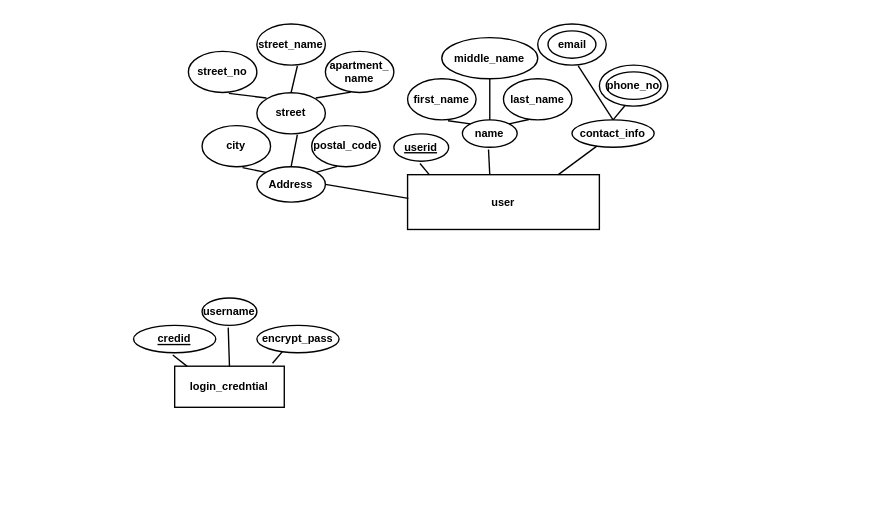
Earlier version of the draw.io diagram mid term we diagram.drawio (Skippersquareroot100/Advvance-Database). Source tidied: cells renumbered, new cells numbered last; positions are measured from the earlier drawing's top-left corner, leaving out a move shared by most shapes. Both pictures are drawn from the tidied source at 137%, with x=0, y=0 at pixel (133, 23).
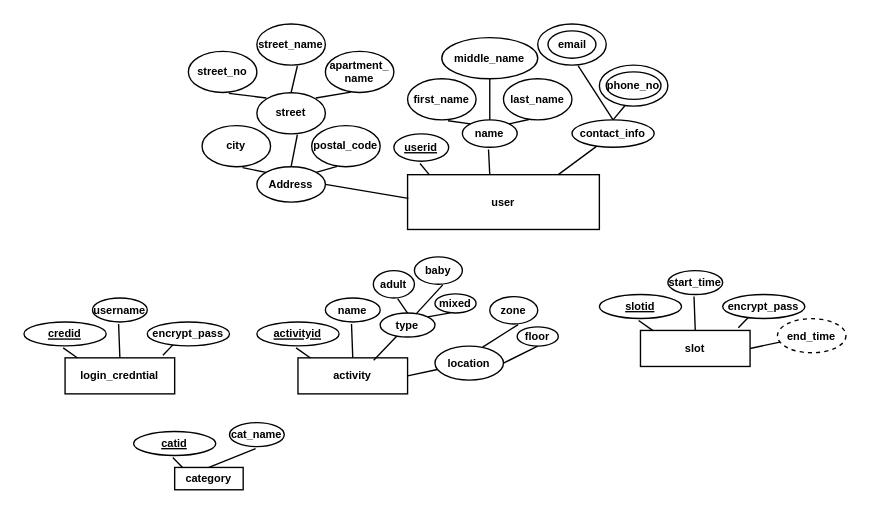
The same page after the edit.

Diff of the diagram source:
```diff
@@
     <mxCell id="38" style="group;" parent="1" vertex="1">
-      <mxGeometry y="200" width="150" height="79.8" as="geometry" />
+      <mxGeometry y="280" width="150" height="70" as="geometry" />
     </mxCell>
-    <mxCell id="39" value="login_credntial" style="rounded=0;whiteSpace=wrap;html=1;fontSize=8;fontStyle=1;" parent="38" vertex="1">
-      <mxGeometry x="30" y="49.8" width="80" height="30" as="geometry" />
+    <mxCell id="39" value="category" style="rounded=0;whiteSpace=wrap;html=1;fontSize=8;fontStyle=1;" parent="38" vertex="1">
+      <mxGeometry x="30" y="43.7" width="50" height="16.3" as="geometry" />
     </mxCell>
@@
-    <mxCell id="41" value="&lt;font&gt;&lt;u&gt;credid&lt;/u&gt;&lt;/font&gt;" style="ellipse;whiteSpace=wrap;html=1;fontSize=8;fontStyle=1;" parent="38" vertex="1">
-      <mxGeometry y="20" width="60" height="20" as="geometry" />
+    <mxCell id="41" value="&lt;font&gt;&lt;u&gt;catid&lt;/u&gt;&lt;/font&gt;" style="ellipse;whiteSpace=wrap;html=1;fontSize=8;fontStyle=1;" parent="38" vertex="1">
+      <mxGeometry y="17.5" width="60" height="17.5" as="geometry" />
     </mxCell>
@@
-    <mxCell id="43" value="username" style="ellipse;whiteSpace=wrap;html=1;fontSize=8;fontStyle=1;" parent="38" vertex="1">
-      <mxGeometry x="50" width="40" height="20" as="geometry" />
+    <mxCell id="43" value="cat_name" style="ellipse;whiteSpace=wrap;html=1;fontSize=8;fontStyle=1;" parent="38" vertex="1">
+      <mxGeometry x="70" y="11" width="40" height="17.5" as="geometry" />
     </mxCell>
-    <mxCell id="44" style="endArrow=none;html=1;rounded=0;entryX=0.323;entryY=0.914;entryDx=0;entryDy=0;entryPerimeter=0;fontSize=8;fontStyle=1;exitX=0.893;exitY=-0.073;exitDx=0;exitDy=0;exitPerimeter=0;" parent="38" edge="1" source="39" target="45">
-      <mxGeometry relative="1" as="geometry" />
-    </mxCell>
-    <mxCell id="45" value="encrypt_pass" style="ellipse;whiteSpace=wrap;html=1;fontSize=8;fontStyle=1;" parent="38" vertex="1">
-      <mxGeometry x="90" y="20" width="60" height="20" as="geometry" />
-    </mxCell>
+    <mxCell id="46" style="group;" parent="1" vertex="1">
+      <mxGeometry x="340" y="180" width="180" height="70" as="geometry" />
+    </mxCell>
+    <mxCell id="47" value="slot" style="rounded=0;whiteSpace=wrap;html=1;fontSize=8;fontStyle=1;" parent="46" vertex="1">
+      <mxGeometry x="30" y="43.7" width="80" height="26.3" as="geometry" />
+    </mxCell>
+    <mxCell id="48" style="endArrow=none;html=1;rounded=0;exitX=0.114;exitY=0.004;exitDx=0;exitDy=0;exitPerimeter=0;entryX=0.477;entryY=1.082;entryDx=0;entryDy=0;entryPerimeter=0;fontSize=8;fontStyle=1;" parent="46" edge="1" source="47" target="49">
+      <mxGeometry relative="1" as="geometry" />
+    </mxCell>
+    <mxCell id="49" value="&lt;font&gt;&lt;u&gt;slotid&lt;/u&gt;&lt;/font&gt;" style="ellipse;whiteSpace=wrap;html=1;fontSize=8;fontStyle=1;" parent="46" vertex="1">
+      <mxGeometry y="17.5" width="60" height="17.5" as="geometry" />
+    </mxCell>
+    <mxCell id="50" style="endArrow=none;html=1;rounded=0;exitX=0.5;exitY=0;exitDx=0;exitDy=0;entryX=0.477;entryY=1.082;entryDx=0;entryDy=0;entryPerimeter=0;fontSize=8;fontStyle=1;" parent="46" edge="1" source="47" target="51">
+      <mxGeometry relative="1" as="geometry" />
+    </mxCell>
+    <mxCell id="51" value="start_time" style="ellipse;whiteSpace=wrap;html=1;fontSize=8;fontStyle=1;" parent="46" vertex="1">
+      <mxGeometry x="50" width="40" height="17.5" as="geometry" />
+    </mxCell>
+    <mxCell id="52" style="endArrow=none;html=1;rounded=0;entryX=0.323;entryY=0.914;entryDx=0;entryDy=0;entryPerimeter=0;fontSize=8;fontStyle=1;exitX=0.893;exitY=-0.073;exitDx=0;exitDy=0;exitPerimeter=0;" parent="46" edge="1" source="47" target="53">
+      <mxGeometry relative="1" as="geometry" />
+    </mxCell>
+    <mxCell id="53" value="encrypt_pass" style="ellipse;whiteSpace=wrap;html=1;fontSize=8;fontStyle=1;" parent="46" vertex="1">
+      <mxGeometry x="90" y="17.5" width="60" height="17.5" as="geometry" />
+    </mxCell>
+    <mxCell id="54" style="endArrow=none;html=1;rounded=0;exitX=1;exitY=0.5;exitDx=0;exitDy=0;fontSize=8;fontStyle=1;" parent="46" edge="1" source="47" target="55">
+      <mxGeometry relative="1" as="geometry" />
+    </mxCell>
+    <mxCell id="55" value="end_time" style="ellipse;whiteSpace=wrap;html=1;fontSize=8;fontStyle=1;dashed=1;" parent="46" vertex="1">
+      <mxGeometry x="130" y="35.1" width="50" height="24.9" as="geometry" />
+    </mxCell>
+    <mxCell id="56" style="group;" parent="1" vertex="1">
+      <mxGeometry x="90" y="170" width="220" height="100" as="geometry" />
+    </mxCell>
+    <mxCell id="57" style="group;" parent="56" vertex="1">
+      <mxGeometry y="30" width="180" height="70" as="geometry" />
+    </mxCell>
+    <mxCell id="58" value="activity" style="rounded=0;whiteSpace=wrap;html=1;fontSize=8;fontStyle=1;" parent="57" vertex="1">
+      <mxGeometry x="30" y="43.7" width="80" height="26.3" as="geometry" />
+    </mxCell>
+    <mxCell id="59" style="endArrow=none;html=1;rounded=0;exitX=0.114;exitY=0.004;exitDx=0;exitDy=0;exitPerimeter=0;entryX=0.477;entryY=1.082;entryDx=0;entryDy=0;entryPerimeter=0;fontSize=8;fontStyle=1;" parent="57" edge="1" source="58" target="60">
+      <mxGeometry relative="1" as="geometry" />
+    </mxCell>
+    <mxCell id="60" value="&lt;font&gt;&lt;u&gt;activityid&lt;/u&gt;&lt;/font&gt;" style="ellipse;whiteSpace=wrap;html=1;fontSize=8;fontStyle=1;" parent="57" vertex="1">
+      <mxGeometry y="17.5" width="60" height="17.5" as="geometry" />
+    </mxCell>
+    <mxCell id="61" style="endArrow=none;html=1;rounded=0;exitX=0.5;exitY=0;exitDx=0;exitDy=0;entryX=0.477;entryY=1.082;entryDx=0;entryDy=0;entryPerimeter=0;fontSize=8;fontStyle=1;" parent="57" edge="1" source="58" target="62">
+      <mxGeometry relative="1" as="geometry" />
+    </mxCell>
+    <mxCell id="62" value="name" style="ellipse;whiteSpace=wrap;html=1;fontSize=8;fontStyle=1;" parent="57" vertex="1">
+      <mxGeometry x="50" width="40" height="17.5" as="geometry" />
+    </mxCell>
+    <mxCell id="63" style="endArrow=none;html=1;rounded=0;entryX=0.323;entryY=0.914;entryDx=0;entryDy=0;entryPerimeter=0;fontSize=8;fontStyle=1;exitX=0.691;exitY=0.066;exitDx=0;exitDy=0;exitPerimeter=0;" parent="57" edge="1" source="58" target="64">
+      <mxGeometry relative="1" as="geometry" />
+    </mxCell>
+    <mxCell id="64" value="type" style="ellipse;whiteSpace=wrap;html=1;fontSize=8;fontStyle=1;" parent="57" vertex="1">
+      <mxGeometry x="90" y="11" width="40" height="17.5" as="geometry" />
+    </mxCell>
+    <mxCell id="65" style="endArrow=none;html=1;rounded=0;exitX=1;exitY=0.5;exitDx=0;exitDy=0;fontSize=8;fontStyle=1;" parent="57" edge="1" source="58" target="66">
+      <mxGeometry relative="1" as="geometry" />
+    </mxCell>
+    <mxCell id="66" value="location" style="ellipse;whiteSpace=wrap;html=1;fontSize=8;fontStyle=1;" parent="57" vertex="1">
+      <mxGeometry x="130" y="35.1" width="50" height="24.9" as="geometry" />
+    </mxCell>
+    <mxCell id="67" value="mixed" style="ellipse;whiteSpace=wrap;html=1;fontSize=8;fontStyle=1;" parent="57" vertex="1">
+      <mxGeometry x="130" y="-3" width="30" height="14" as="geometry" />
+    </mxCell>
+    <mxCell id="68" style="endArrow=none;html=1;rounded=0;entryX=1;entryY=0;entryDx=0;entryDy=0;exitX=0.372;exitY=0.99;exitDx=0;exitDy=0;exitPerimeter=0;fontSize=8;fontStyle=1;" parent="57" edge="1" source="67" target="64">
+      <mxGeometry relative="1" as="geometry" />
+    </mxCell>
+    <mxCell id="69" style="endArrow=none;html=1;rounded=0;entryX=0.5;entryY=0;entryDx=0;entryDy=0;exitX=0.591;exitY=1.022;exitDx=0;exitDy=0;exitPerimeter=0;fontSize=8;fontStyle=1;" parent="56" edge="1" source="70" target="64">
+      <mxGeometry relative="1" as="geometry" />
+    </mxCell>
+    <mxCell id="70" value="adult" style="ellipse;whiteSpace=wrap;html=1;fontSize=8;fontStyle=1;" parent="56" vertex="1">
+      <mxGeometry x="85" y="10" width="30" height="20" as="geometry" />
+    </mxCell>
+    <mxCell id="71" style="endArrow=none;html=1;rounded=0;exitX=0.591;exitY=1.022;exitDx=0;exitDy=0;exitPerimeter=0;entryX=0.656;entryY=0.035;entryDx=0;entryDy=0;fontSize=8;fontStyle=1;entryPerimeter=0;" parent="56" edge="1" source="72" target="64">
+      <mxGeometry relative="1" as="geometry" />
+    </mxCell>
+    <mxCell id="72" value="baby" style="ellipse;whiteSpace=wrap;html=1;fontSize=8;fontStyle=1;" parent="56" vertex="1">
+      <mxGeometry x="115" width="35" height="20" as="geometry" />
+    </mxCell>
+    <mxCell id="73" value="floor" style="ellipse;whiteSpace=wrap;html=1;fontSize=8;fontStyle=1;" parent="56" vertex="1">
+      <mxGeometry x="190" y="51.1" width="30" height="14" as="geometry" />
+    </mxCell>
+    <mxCell id="74" style="endArrow=none;html=1;rounded=0;exitX=0.591;exitY=1.022;exitDx=0;exitDy=0;exitPerimeter=0;entryX=0.696;entryY=0.033;entryDx=0;entryDy=0;fontSize=8;fontStyle=1;entryPerimeter=0;" parent="56" edge="1" source="75" target="66">
+      <mxGeometry relative="1" as="geometry" />
+    </mxCell>
+    <mxCell id="75" value="zone" style="ellipse;whiteSpace=wrap;html=1;fontSize=8;fontStyle=1;" parent="56" vertex="1">
+      <mxGeometry x="170" y="29" width="35" height="20" as="geometry" />
+    </mxCell>
+    <mxCell id="76" style="endArrow=none;html=1;rounded=0;exitX=0.5;exitY=1;exitDx=0;exitDy=0;entryX=1;entryY=0.5;entryDx=0;entryDy=0;fontSize=8;fontStyle=1;" parent="56" edge="1" source="73" target="66">
+      <mxGeometry relative="1" as="geometry" />
+    </mxCell>
+    <mxCell id="77" style="group;" parent="1" vertex="1">
+      <mxGeometry x="-80" y="200" width="150" height="70" as="geometry" />
+    </mxCell>
+    <mxCell id="78" value="login_credntial" style="rounded=0;whiteSpace=wrap;html=1;fontSize=8;fontStyle=1;" parent="77" vertex="1">
+      <mxGeometry x="30" y="43.7" width="80" height="26.3" as="geometry" />
+    </mxCell>
+    <mxCell id="79" style="endArrow=none;html=1;rounded=0;exitX=0.114;exitY=0.004;exitDx=0;exitDy=0;exitPerimeter=0;entryX=0.477;entryY=1.082;entryDx=0;entryDy=0;entryPerimeter=0;fontSize=8;fontStyle=1;" parent="77" edge="1" source="78" target="80">
+      <mxGeometry relative="1" as="geometry" />
+    </mxCell>
+    <mxCell id="80" value="&lt;font&gt;&lt;u&gt;credid&lt;/u&gt;&lt;/font&gt;" style="ellipse;whiteSpace=wrap;html=1;fontSize=8;fontStyle=1;" parent="77" vertex="1">
+      <mxGeometry y="17.5" width="60" height="17.5" as="geometry" />
+    </mxCell>
+    <mxCell id="81" style="endArrow=none;html=1;rounded=0;exitX=0.5;exitY=0;exitDx=0;exitDy=0;entryX=0.477;entryY=1.082;entryDx=0;entryDy=0;entryPerimeter=0;fontSize=8;fontStyle=1;" parent="77" edge="1" source="78" target="82">
+      <mxGeometry relative="1" as="geometry" />
+    </mxCell>
+    <mxCell id="82" value="username" style="ellipse;whiteSpace=wrap;html=1;fontSize=8;fontStyle=1;" parent="77" vertex="1">
+      <mxGeometry x="50" width="40" height="17.5" as="geometry" />
+    </mxCell>
+    <mxCell id="83" style="endArrow=none;html=1;rounded=0;entryX=0.323;entryY=0.914;entryDx=0;entryDy=0;entryPerimeter=0;fontSize=8;fontStyle=1;exitX=0.893;exitY=-0.073;exitDx=0;exitDy=0;exitPerimeter=0;" parent="77" edge="1" source="78" target="84">
+      <mxGeometry relative="1" as="geometry" />
+    </mxCell>
+    <mxCell id="84" value="encrypt_pass" style="ellipse;whiteSpace=wrap;html=1;fontSize=8;fontStyle=1;" parent="77" vertex="1">
+      <mxGeometry x="90" y="17.5" width="60" height="17.5" as="geometry" />
+    </mxCell>
```
